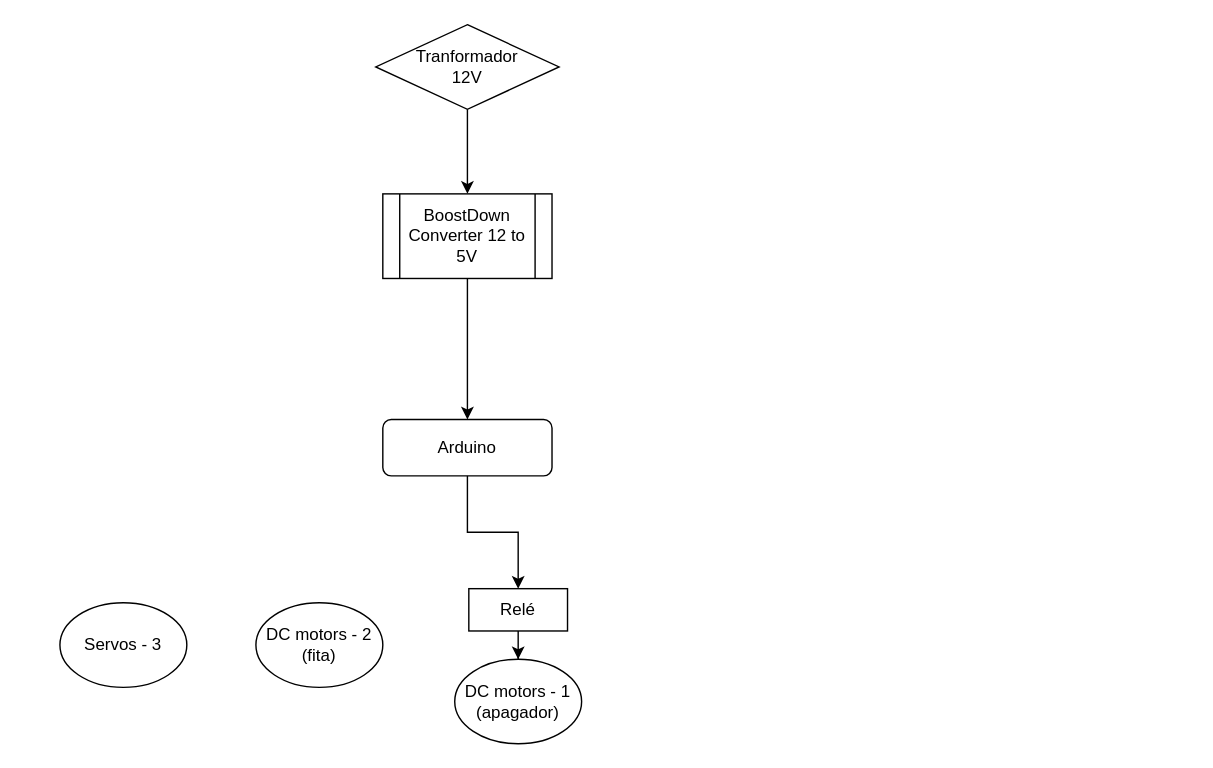
Above: Diagrams/Diagrama sem nome.drawio in HackerSchool/turing (draw.io), before the change. Source tidied: cells renumbered, new cells numbered last; positions are measured from the earlier drawing's top-left corner, leaving out a move shared by most shapes. Both pictures are drawn from the tidied source at 141%, with x=0, y=0 at pixel (59, 24).
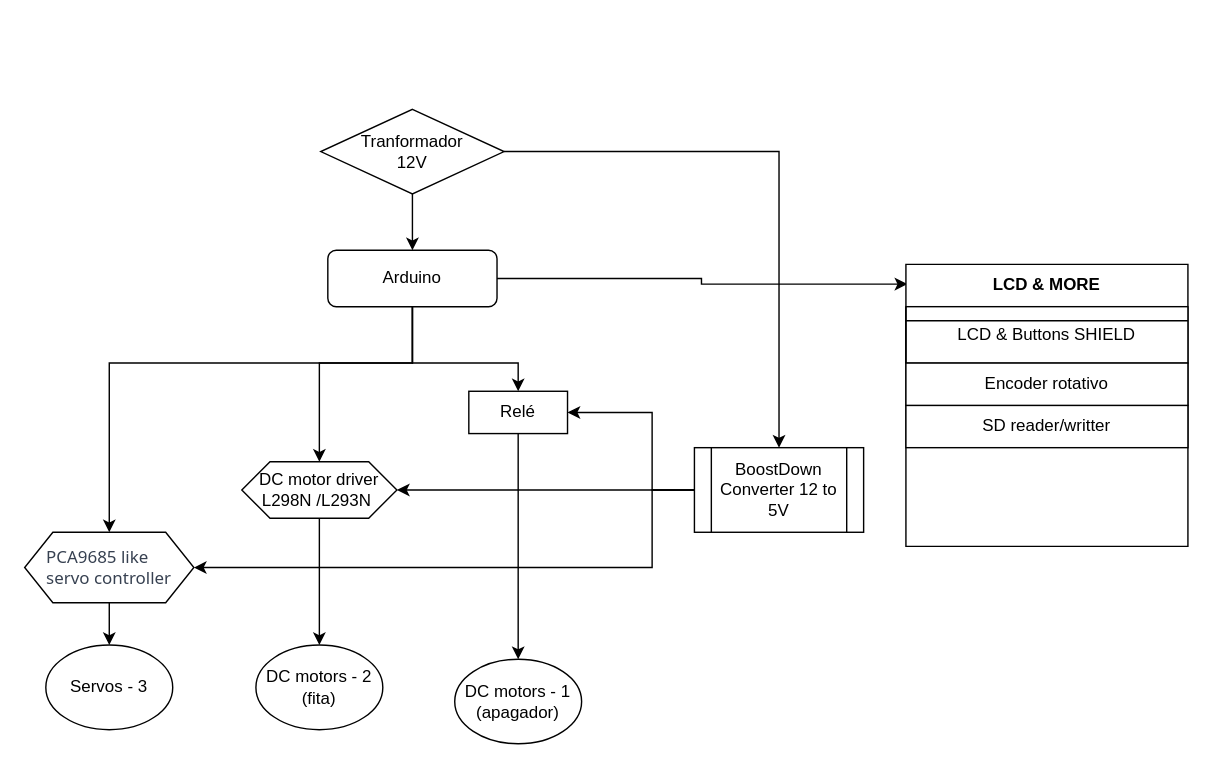
The same page after the edit.

What changed in the source:
```diff
@@
     <mxCell id="2" style="edgeStyle=orthogonalEdgeStyle;rounded=0;jettySize=auto;html=1;entryX=0.5;entryY=0;entryDx=0;entryDy=0;" parent="1" edge="1" source="3" target="12">
-      <mxGeometry relative="1" as="geometry" />
+      <mxGeometry relative="1" as="geometry">
+        <Array as="points">
+          <mxPoint x="250" y="240" />
+          <mxPoint x="325" y="240" />
+        </Array>
+      </mxGeometry>
     </mxCell>
+    <mxCell id="13" style="edgeStyle=orthogonalEdgeStyle;rounded=0;jettySize=auto;html=1;entryX=0.5;entryY=0;entryDx=0;entryDy=0;" parent="1" edge="1" source="3" target="21">
+      <mxGeometry relative="1" as="geometry">
+        <Array as="points">
+          <mxPoint x="250" y="240" />
+          <mxPoint x="184" y="240" />
+        </Array>
+      </mxGeometry>
+    </mxCell>
+    <mxCell id="14" style="edgeStyle=orthogonalEdgeStyle;rounded=0;jettySize=auto;html=1;entryX=0.5;entryY=0;entryDx=0;entryDy=0;" parent="1" edge="1" source="3" target="23">
+      <mxGeometry relative="1" as="geometry">
+        <Array as="points">
+          <mxPoint x="250" y="240" />
+          <mxPoint x="35" y="240" />
+        </Array>
+      </mxGeometry>
+    </mxCell>
+    <mxCell id="15" style="edgeStyle=orthogonalEdgeStyle;rounded=0;jettySize=auto;html=1;entryX=0.005;entryY=0.07;entryDx=0;entryDy=0;entryPerimeter=0;" parent="1" edge="1" source="3" target="24">
+      <mxGeometry relative="1" as="geometry" />
+    </mxCell>
     <mxCell id="3" value="Arduino&lt;br&gt;" style="rounded=1;whiteSpace=wrap;html=1;fontSize=12;glass=0;strokeWidth=1;shadow=0;" parent="1" vertex="1">
-      <mxGeometry x="229" y="280" width="120" height="40" as="geometry" />
+      <mxGeometry x="190" y="160" width="120" height="40" as="geometry" />
     </mxCell>
+    <mxCell id="16" style="edgeStyle=orthogonalEdgeStyle;rounded=0;jettySize=auto;html=1;entryX=0.5;entryY=0;entryDx=0;entryDy=0;" parent="1" edge="1" source="5" target="3">
+      <mxGeometry relative="1" as="geometry" />
+    </mxCell>
@@
     <mxCell id="5" value="Tranformador&lt;br&gt;12V" style="rhombus;whiteSpace=wrap;html=1;" parent="1" vertex="1">
-      <mxGeometry x="224" width="130" height="60" as="geometry" />
+      <mxGeometry x="185" y="60" width="130" height="60" as="geometry" />
     </mxCell>
-    <mxCell id="6" style="edgeStyle=orthogonalEdgeStyle;rounded=0;jettySize=auto;html=1;entryX=0.5;entryY=0;entryDx=0;entryDy=0;" parent="1" edge="1" source="7" target="3">
-      <mxGeometry relative="1" as="geometry" />
-    </mxCell>
+    <mxCell id="17" style="edgeStyle=orthogonalEdgeStyle;rounded=0;jettySize=auto;html=1;entryX=1;entryY=0.5;entryDx=0;entryDy=0;" parent="1" edge="1" source="7" target="12">
+      <mxGeometry relative="1" as="geometry">
+        <Array as="points">
+          <mxPoint x="420" y="330" />
+          <mxPoint x="420" y="275" />
+        </Array>
+      </mxGeometry>
+    </mxCell>
+    <mxCell id="18" style="edgeStyle=orthogonalEdgeStyle;rounded=0;jettySize=auto;html=1;" parent="1" edge="1" source="7" target="21">
+      <mxGeometry relative="1" as="geometry" />
+    </mxCell>
+    <mxCell id="19" style="edgeStyle=orthogonalEdgeStyle;rounded=0;jettySize=auto;html=1;entryX=1;entryY=0.5;entryDx=0;entryDy=0;" parent="1" edge="1" source="7" target="23">
+      <mxGeometry relative="1" as="geometry">
+        <Array as="points">
+          <mxPoint x="420" y="330" />
+          <mxPoint x="420" y="385" />
+        </Array>
+      </mxGeometry>
+    </mxCell>
     <mxCell id="7" value="BoostDown&lt;br&gt;Converter 12 to 5V" style="shape=process;whiteSpace=wrap;html=1;backgroundOutline=1;rotation=0;" parent="1" vertex="1">
-      <mxGeometry x="229" y="120" width="120" height="60" as="geometry" />
+      <mxGeometry x="450" y="300" width="120" height="60" as="geometry" />
     </mxCell>
     <mxCell id="8" value="Servos - 3" style="ellipse;whiteSpace=wrap;html=1;" parent="1" vertex="1">
-      <mxGeometry y="410" width="90" height="60" as="geometry" />
+      <mxGeometry x="-10" y="440" width="90" height="60" as="geometry" />
     </mxCell>
     <mxCell id="9" value="DC motors - 2&lt;br&gt;(fita)" style="ellipse;whiteSpace=wrap;html=1;" parent="1" vertex="1">
-      <mxGeometry x="139" y="410" width="90" height="60" as="geometry" />
+      <mxGeometry x="139" y="440" width="90" height="60" as="geometry" />
     </mxCell>
@@
     <mxCell id="12" value="Relé" style="rounded=0;whiteSpace=wrap;html=1;" parent="1" vertex="1">
-      <mxGeometry x="290" y="400" width="70" height="30" as="geometry" />
+      <mxGeometry x="290" y="260" width="70" height="30" as="geometry" />
     </mxCell>
+    <mxCell id="20" style="edgeStyle=orthogonalEdgeStyle;rounded=0;jettySize=auto;html=1;entryX=0.5;entryY=0;entryDx=0;entryDy=0;" parent="1" edge="1" source="21" target="9">
+      <mxGeometry relative="1" as="geometry" />
+    </mxCell>
+    <mxCell id="21" value="DC motor driver&lt;br&gt;L298N /L293N&amp;nbsp;" style="shape=hexagon;perimeter=hexagonPerimeter2;whiteSpace=wrap;html=1;fixedSize=1;" parent="1" vertex="1">
+      <mxGeometry x="129" y="310" width="110" height="40" as="geometry" />
+    </mxCell>
+    <mxCell id="22" style="edgeStyle=orthogonalEdgeStyle;rounded=0;jettySize=auto;html=1;entryX=0.5;entryY=0;entryDx=0;entryDy=0;" parent="1" edge="1" source="23" target="8">
+      <mxGeometry relative="1" as="geometry" />
+    </mxCell>
+    <mxCell id="23" value="&lt;br&gt;&lt;div style=&quot;text-align: start;&quot;&gt;&lt;font face=&quot;Söhne, ui-sans-serif, system-ui, -apple-system, Segoe UI, Roboto, Ubuntu, Cantarell, Noto Sans, sans-serif, Helvetica Neue, Arial, Apple Color Emoji, Segoe UI Emoji, Segoe UI Symbol, Noto Color Emoji&quot; color=&quot;#374151&quot;&gt;PCA9685 like&amp;nbsp;&lt;/font&gt;&lt;/div&gt;&lt;div style=&quot;text-align: start;&quot;&gt;&lt;font face=&quot;Söhne, ui-sans-serif, system-ui, -apple-system, Segoe UI, Roboto, Ubuntu, Cantarell, Noto Sans, sans-serif, Helvetica Neue, Arial, Apple Color Emoji, Segoe UI Emoji, Segoe UI Symbol, Noto Color Emoji&quot; color=&quot;#374151&quot;&gt;servo&amp;nbsp;&lt;/font&gt;&lt;span style=&quot;color: rgb(55, 65, 81); font-family: Söhne, ui-sans-serif, system-ui, -apple-system, &amp;quot;Segoe UI&amp;quot;, Roboto, Ubuntu, Cantarell, &amp;quot;Noto Sans&amp;quot;, sans-serif, &amp;quot;Helvetica Neue&amp;quot;, Arial, &amp;quot;Apple Color Emoji&amp;quot;, &amp;quot;Segoe UI Emoji&amp;quot;, &amp;quot;Segoe UI Symbol&amp;quot;, &amp;quot;Noto Color Emoji&amp;quot;; background-color: initial;&quot;&gt;controller&lt;/span&gt;&lt;/div&gt;&lt;div style=&quot;text-align: start;&quot;&gt;&lt;font face=&quot;Söhne, ui-sans-serif, system-ui, -apple-system, Segoe UI, Roboto, Ubuntu, Cantarell, Noto Sans, sans-serif, Helvetica Neue, Arial, Apple Color Emoji, Segoe UI Emoji, Segoe UI Symbol, Noto Color Emoji&quot; color=&quot;#374151&quot;&gt;&lt;br&gt;&lt;/font&gt;&lt;/div&gt;" style="shape=hexagon;perimeter=hexagonPerimeter2;whiteSpace=wrap;html=1;fixedSize=1;" parent="1" vertex="1">
+      <mxGeometry x="-25" y="360" width="120" height="50" as="geometry" />
+    </mxCell>
+    <mxCell id="24" value="LCD &amp;amp; MORE" style="swimlane;whiteSpace=wrap;html=1;startSize=30;" parent="1" vertex="1">
+      <mxGeometry x="600" y="170" width="200" height="200" as="geometry" />
+    </mxCell>
+    <mxCell id="25" value="LCD &amp;amp; Buttons SHIELD" style="shape=internalStorage;whiteSpace=wrap;html=1;backgroundOutline=1;dx=0;dy=10;" parent="24" vertex="1">
+      <mxGeometry y="30" width="200" height="40" as="geometry" />
+    </mxCell>
+    <mxCell id="26" value="SD reader/writter" style="rounded=0;whiteSpace=wrap;html=1;" parent="24" vertex="1">
+      <mxGeometry y="100" width="200" height="30" as="geometry" />
+    </mxCell>
+    <mxCell id="27" value="Encoder rotativo" style="rounded=0;whiteSpace=wrap;html=1;" parent="1" vertex="1">
+      <mxGeometry x="600" y="240" width="200" height="30" as="geometry" />
+    </mxCell>
```
